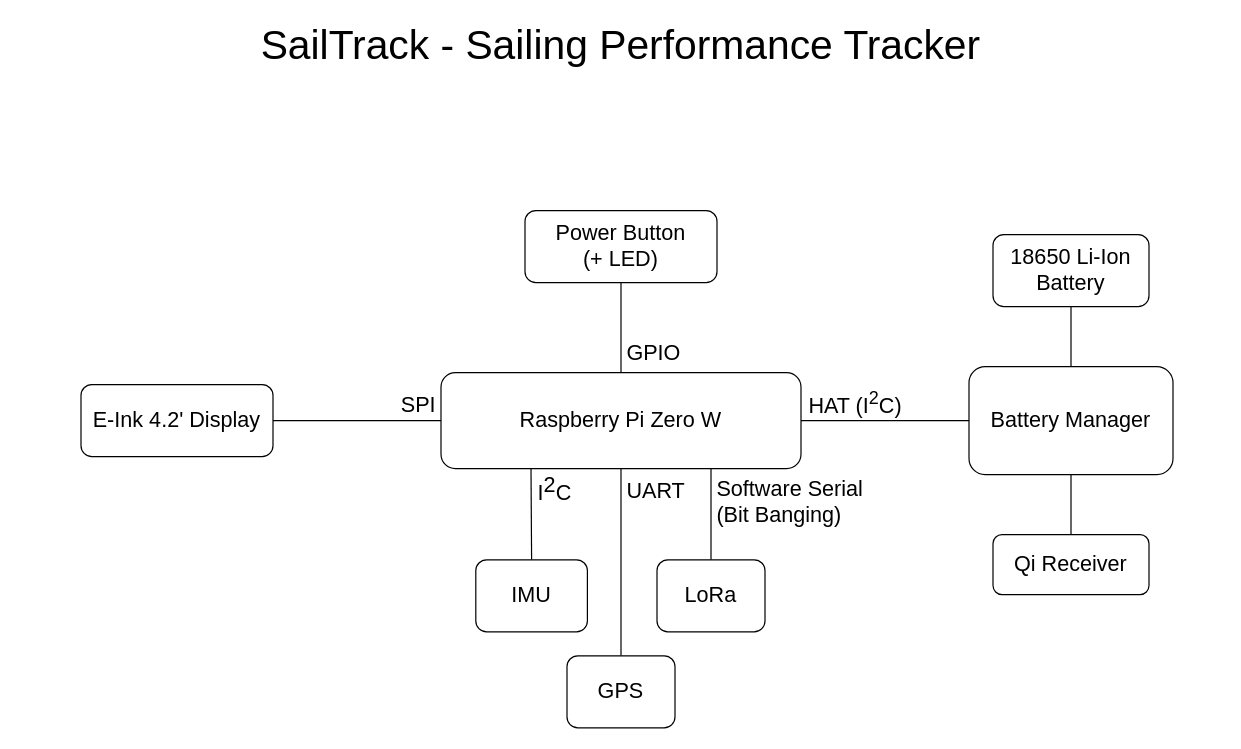
This is page "Block Scheme" (1 of 2) of schematics/sailtrack.drawio from metis-vela-unipd/telemetry-documentation, a draw.io file, before an edit. Source tidied: cells renumbered, new cells numbered last; positions are measured from the earlier drawing's top-left corner, leaving out a move shared by most shapes. Both pictures are drawn from the tidied source at 120%, with x=0, y=0 at pixel (20, 20).
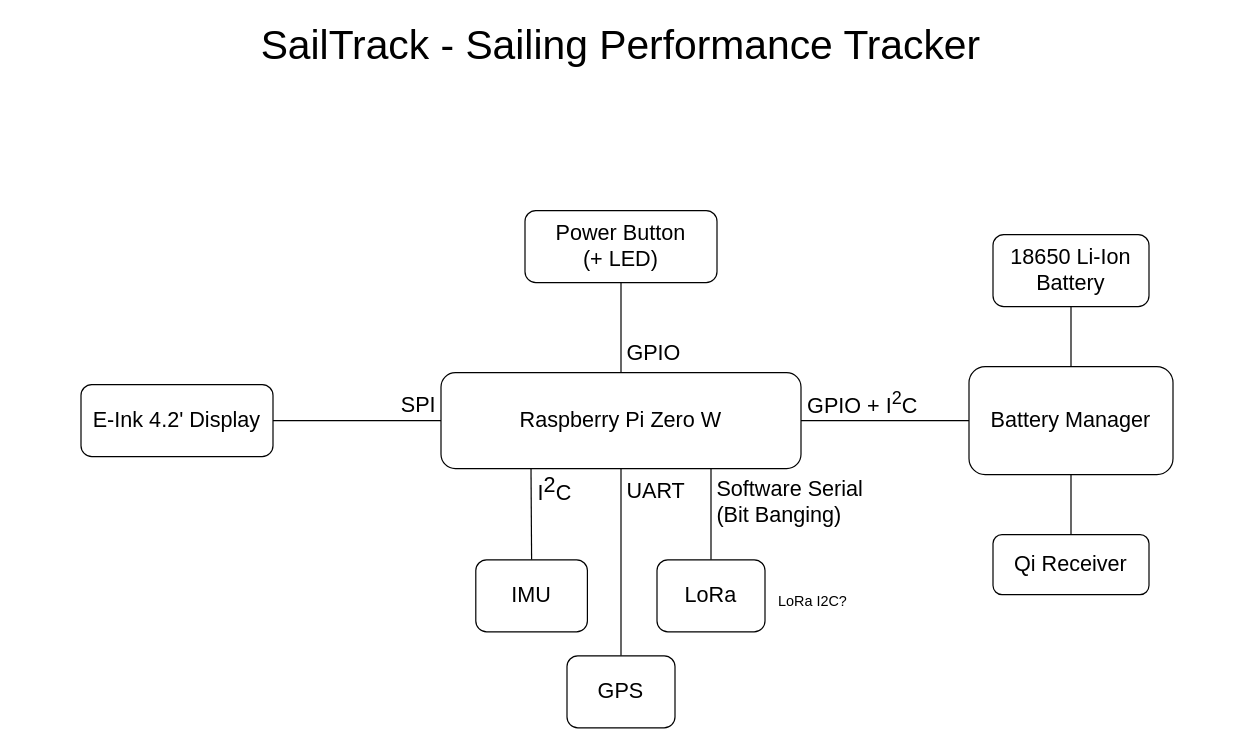
After the change.

The change refers to these unchanged cells:
```xml
<mxCell id="3" style="edgeStyle=orthogonalEdgeStyle;rounded=0;jettySize=auto;html=1;exitX=1;exitY=0.5;exitDx=0;exitDy=0;entryX=0;entryY=0.5;entryDx=0;entryDy=0;endArrow=none;endFill=0;" parent="1" edge="1" source="5" target="26">
  <mxGeometry relative="1" as="geometry" />
</mxCell>
```

Change to the diagram source:
```diff
@@
-    <mxCell id="4" value="HAT (I&lt;sup&gt;2&lt;/sup&gt;C)" style="edgeLabel;html=1;align=center;verticalAlign=middle;fontSize=18;" parent="3" vertex="1">
+    <mxCell id="4" value="GPIO + I&lt;sup&gt;2&lt;/sup&gt;C" style="edgeLabel;html=1;align=center;verticalAlign=middle;fontSize=18;" parent="3" vertex="1">
       <mxGeometry x="-0.47" y="2" relative="1" as="geometry">
-        <mxPoint x="7.5" y="-13" as="offset" />
+        <mxPoint x="13" y="-13" as="offset" />
       </mxGeometry>
     </mxCell>
@@
+    <mxCell id="27" value="LoRa I2C?" style="text;html=1;strokeColor=none;fillColor=none;align=center;verticalAlign=middle;whiteSpace=wrap;rounded=0;" parent="1" vertex="1">
+      <mxGeometry x="610" y="470" width="100" height="28" as="geometry" />
+    </mxCell>
```
